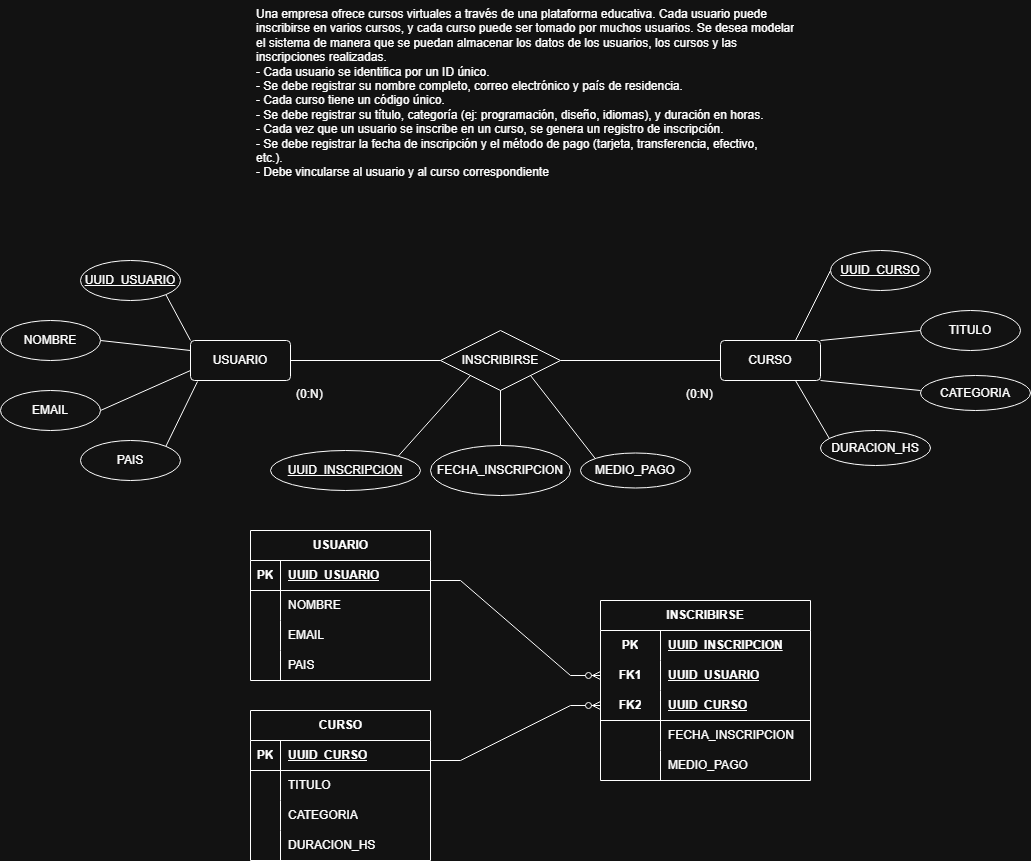
Above: Ej-Python/Mentorias/MER/2. Inscripcion_Cursos.drawio.png in sofiprodanov/Informatorio-Etapa2 (draw.io), before the change. Source tidied: cells renumbered, new cells last; positions are measured from the earlier drawing's top-left corner, leaving out a move shared by most shapes. The source it was exported from:
```xml
<mxGraphModel>
  <root>
    <mxCell id="0" />
    <mxCell id="1" parent="0" />
    <mxCell id="2" value="Una empresa ofrece cursos virtuales a través de una plataforma educativa. Cada usuario puede&lt;br/&gt;inscribirse en varios cursos, y cada curso puede ser tomado por muchos usuarios. Se desea modelar&lt;br/&gt;el sistema de manera que se puedan almacenar los datos de los usuarios, los cursos y las&lt;br/&gt;inscripciones realizadas.&lt;br/&gt;- Cada usuario se identifica por un ID único.&lt;br/&gt;- Se debe registrar su nombre completo, correo electrónico y país de residencia.&lt;br/&gt;- Cada curso tiene un código único.&lt;br/&gt;- Se debe registrar su título, categoría (ej: programación, diseño, idiomas), y duración en horas.&lt;br/&gt;- Cada vez que un usuario se inscribe en un curso, se genera un registro de inscripción.&lt;br/&gt;- Se debe registrar la fecha de inscripción y el método de pago (tarjeta, transferencia, efectivo,&lt;br/&gt;etc.).&lt;br/&gt;- Debe vincularse al usuario y al curso correspondiente" style="text;strokeColor=none;fillColor=none;spacingLeft=4;spacingRight=4;overflow=hidden;fontSize=12;whiteSpace=wrap;html=1;" parent="1" vertex="1">
      <mxGeometry x="250" width="550" height="180" as="geometry" />
    </mxCell>
    <mxCell id="3" style="rounded=0;jettySize=auto;html=1;exitX=1;exitY=0.5;exitDx=0;exitDy=0;entryX=0;entryY=0.5;entryDx=0;entryDy=0;endArrow=none;startFill=0;" parent="1" edge="1" source="4" target="6">
      <mxGeometry relative="1" as="geometry" />
    </mxCell>
    <mxCell id="4" value="USUARIO" style="rounded=1;arcSize=10;whiteSpace=wrap;html=1;align=center;" parent="1" vertex="1">
      <mxGeometry x="190" y="340" width="100" height="40" as="geometry" />
    </mxCell>
    <mxCell id="5" style="rounded=0;jettySize=auto;html=1;exitX=1;exitY=0.5;exitDx=0;exitDy=0;entryX=0;entryY=0.5;entryDx=0;entryDy=0;endArrow=none;startFill=0;" parent="1" edge="1" source="6" target="7">
      <mxGeometry relative="1" as="geometry" />
    </mxCell>
    <mxCell id="6" value="INSCRIBIRSE" style="shape=rhombus;perimeter=rhombusPerimeter;whiteSpace=wrap;html=1;align=center;" parent="1" vertex="1">
      <mxGeometry x="440" y="330" width="120" height="60" as="geometry" />
    </mxCell>
    <mxCell id="7" value="CURSO" style="rounded=1;arcSize=10;whiteSpace=wrap;html=1;align=center;" parent="1" vertex="1">
      <mxGeometry x="720" y="340" width="100" height="40" as="geometry" />
    </mxCell>
    <mxCell id="8" value="(0:N)" style="text;strokeColor=none;fillColor=none;spacingLeft=4;spacingRight=4;overflow=hidden;fontSize=12;whiteSpace=wrap;html=1;" parent="1" vertex="1">
      <mxGeometry x="680" y="380" width="40" height="30" as="geometry" />
    </mxCell>
    <mxCell id="9" value="(0:N)" style="text;strokeColor=none;fillColor=none;spacingLeft=4;spacingRight=4;overflow=hidden;fontSize=12;whiteSpace=wrap;html=1;" parent="1" vertex="1">
      <mxGeometry x="290" y="380" width="40" height="30" as="geometry" />
    </mxCell>
    <mxCell id="10" style="rounded=0;jettySize=auto;html=1;exitX=1;exitY=1;exitDx=0;exitDy=0;entryX=0;entryY=0;entryDx=0;entryDy=0;endArrow=none;startFill=0;" parent="1" edge="1" source="11" target="4">
      <mxGeometry relative="1" as="geometry" />
    </mxCell>
    <mxCell id="11" value="UUID_USUARIO" style="ellipse;whiteSpace=wrap;html=1;align=center;fontStyle=4;" parent="1" vertex="1">
      <mxGeometry x="80" y="260" width="100" height="40" as="geometry" />
    </mxCell>
    <mxCell id="12" style="rounded=0;jettySize=auto;html=1;exitX=0;exitY=0.5;exitDx=0;exitDy=0;entryX=0.75;entryY=0;entryDx=0;entryDy=0;endArrow=none;startFill=0;" parent="1" edge="1" source="13" target="7">
      <mxGeometry relative="1" as="geometry" />
    </mxCell>
    <mxCell id="13" value="UUID_CURSO" style="ellipse;whiteSpace=wrap;html=1;align=center;fontStyle=4;" parent="1" vertex="1">
      <mxGeometry x="830" y="250" width="100" height="40" as="geometry" />
    </mxCell>
    <mxCell id="14" style="rounded=0;jettySize=auto;html=1;exitX=1;exitY=0.5;exitDx=0;exitDy=0;entryX=0;entryY=0.25;entryDx=0;entryDy=0;endArrow=none;startFill=0;" parent="1" edge="1" source="15" target="4">
      <mxGeometry relative="1" as="geometry" />
    </mxCell>
    <mxCell id="15" value="NOMBRE" style="ellipse;whiteSpace=wrap;html=1;align=center;" parent="1" vertex="1">
      <mxGeometry y="320" width="100" height="40" as="geometry" />
    </mxCell>
    <mxCell id="16" style="rounded=0;jettySize=auto;html=1;exitX=1;exitY=0.5;exitDx=0;exitDy=0;entryX=0;entryY=0.75;entryDx=0;entryDy=0;endArrow=none;startFill=0;" parent="1" edge="1" source="17" target="4">
      <mxGeometry relative="1" as="geometry" />
    </mxCell>
    <mxCell id="17" value="EMAIL" style="ellipse;whiteSpace=wrap;html=1;align=center;" parent="1" vertex="1">
      <mxGeometry y="390" width="100" height="40" as="geometry" />
    </mxCell>
    <mxCell id="18" value="PAIS" style="ellipse;whiteSpace=wrap;html=1;align=center;" parent="1" vertex="1">
      <mxGeometry x="80" y="440" width="100" height="40" as="geometry" />
    </mxCell>
    <mxCell id="19" style="rounded=0;jettySize=auto;html=1;exitX=1;exitY=0;exitDx=0;exitDy=0;entryX=0.07;entryY=1.025;entryDx=0;entryDy=0;entryPerimeter=0;endArrow=none;startFill=0;" parent="1" edge="1" source="18" target="4">
      <mxGeometry relative="1" as="geometry" />
    </mxCell>
    <mxCell id="20" style="rounded=0;jettySize=auto;html=1;exitX=0;exitY=0.5;exitDx=0;exitDy=0;entryX=1;entryY=0;entryDx=0;entryDy=0;endArrow=none;startFill=0;" parent="1" edge="1" source="21" target="7">
      <mxGeometry relative="1" as="geometry" />
    </mxCell>
    <mxCell id="21" value="TITULO" style="ellipse;whiteSpace=wrap;html=1;align=center;" parent="1" vertex="1">
      <mxGeometry x="920" y="310" width="100" height="40" as="geometry" />
    </mxCell>
    <mxCell id="22" style="rounded=0;jettySize=auto;html=1;exitX=0;exitY=0.5;exitDx=0;exitDy=0;entryX=1;entryY=1;entryDx=0;entryDy=0;endArrow=none;startFill=0;" parent="1" edge="1" target="7">
      <mxGeometry relative="1" as="geometry">
        <mxPoint x="920" y="390" as="sourcePoint" />
      </mxGeometry>
    </mxCell>
    <mxCell id="23" style="rounded=0;jettySize=auto;html=1;exitX=0;exitY=0.5;exitDx=0;exitDy=0;entryX=0.75;entryY=1;entryDx=0;entryDy=0;endArrow=none;startFill=0;" parent="1" edge="1" target="7">
      <mxGeometry relative="1" as="geometry">
        <mxPoint x="830" y="440" as="sourcePoint" />
      </mxGeometry>
    </mxCell>
    <mxCell id="24" style="rounded=0;jettySize=auto;html=1;exitX=0.5;exitY=0;exitDx=0;exitDy=0;entryX=0.5;entryY=1;entryDx=0;entryDy=0;endArrow=none;startFill=0;" parent="1" edge="1" source="25" target="6">
      <mxGeometry relative="1" as="geometry" />
    </mxCell>
    <mxCell id="25" value="FECHA_INSCRIPCION" style="ellipse;whiteSpace=wrap;html=1;align=center;" parent="1" vertex="1">
      <mxGeometry x="430" y="445" width="140" height="50" as="geometry" />
    </mxCell>
    <mxCell id="26" style="rounded=0;jettySize=auto;html=1;exitX=1;exitY=0;exitDx=0;exitDy=0;entryX=0;entryY=1;entryDx=0;entryDy=0;endArrow=none;startFill=0;" parent="1" edge="1" source="27" target="6">
      <mxGeometry relative="1" as="geometry" />
    </mxCell>
    <mxCell id="27" value="UUID_INSCRIPCION" style="ellipse;whiteSpace=wrap;html=1;align=center;fontStyle=4;" parent="1" vertex="1">
      <mxGeometry x="270" y="450" width="150" height="40" as="geometry" />
    </mxCell>
    <mxCell id="28" style="rounded=0;jettySize=auto;html=1;exitX=0;exitY=0;exitDx=0;exitDy=0;entryX=1;entryY=1;entryDx=0;entryDy=0;endArrow=none;startFill=0;" parent="1" edge="1" source="29" target="6">
      <mxGeometry relative="1" as="geometry" />
    </mxCell>
    <mxCell id="29" value="MEDIO_PAGO" style="ellipse;whiteSpace=wrap;html=1;align=center;" parent="1" vertex="1">
      <mxGeometry x="580" y="452.5" width="110" height="35" as="geometry" />
    </mxCell>
    <mxCell id="30" value="INSCRIBIRSE" style="shape=table;startSize=30;rowLines=0;fontStyle=1;align=center;html=1;whiteSpace=wrap;" parent="1" vertex="1">
      <mxGeometry x="600" y="600" width="210" height="180" as="geometry" />
    </mxCell>
    <mxCell id="31" style="shape=tableRow;horizontal=0;startSize=0;swimlaneHead=0;swimlaneBody=0;fillColor=none;top=0;left=0;right=0;bottom=0;html=1;" parent="30" vertex="1">
      <mxGeometry y="30" width="210" height="30" as="geometry" />
    </mxCell>
    <mxCell id="32" value="PK" style="shape=partialRectangle;fillColor=none;top=0;left=0;bottom=0;right=0;fontStyle=1;overflow=hidden;html=1;whiteSpace=wrap;" parent="31" vertex="1">
      <mxGeometry width="60" height="30" as="geometry" />
    </mxCell>
    <mxCell id="33" value="UUID_INSCRIPCION" style="shape=partialRectangle;fillColor=none;top=0;left=0;bottom=0;right=0;align=left;spacingLeft=6;fontStyle=5;overflow=hidden;html=1;whiteSpace=wrap;" parent="31" vertex="1">
      <mxGeometry x="60" width="150" height="30" as="geometry" />
    </mxCell>
    <mxCell id="34" style="shape=tableRow;horizontal=0;startSize=0;swimlaneHead=0;swimlaneBody=0;fillColor=none;points=[[0,0.5],[1,0.5]];portConstraint=eastwest;top=0;left=0;right=0;bottom=0;html=1;" parent="30" vertex="1">
      <mxGeometry y="60" width="210" height="30" as="geometry" />
    </mxCell>
    <mxCell id="35" value="FK1" style="shape=partialRectangle;fillColor=none;top=0;left=0;bottom=0;right=0;fontStyle=1;overflow=hidden;html=1;whiteSpace=wrap;" parent="34" vertex="1">
      <mxGeometry width="60" height="30" as="geometry" />
    </mxCell>
    <mxCell id="36" value="UUID_USUARIO" style="shape=partialRectangle;fillColor=none;top=0;left=0;bottom=0;right=0;align=left;spacingLeft=6;fontStyle=5;overflow=hidden;html=1;whiteSpace=wrap;" parent="34" vertex="1">
      <mxGeometry x="60" width="150" height="30" as="geometry" />
    </mxCell>
    <mxCell id="37" style="shape=tableRow;horizontal=0;startSize=0;swimlaneHead=0;swimlaneBody=0;fillColor=none;points=[[0,0.5],[1,0.5]];portConstraint=eastwest;top=0;left=0;right=0;bottom=1;html=1;" parent="30" vertex="1">
      <mxGeometry y="90" width="210" height="30" as="geometry" />
    </mxCell>
    <mxCell id="38" value="FK2" style="shape=partialRectangle;fillColor=none;top=0;left=0;bottom=0;right=0;fontStyle=1;overflow=hidden;html=1;whiteSpace=wrap;" parent="37" vertex="1">
      <mxGeometry width="60" height="30" as="geometry" />
    </mxCell>
    <mxCell id="39" value="UUID_CURSO" style="shape=partialRectangle;fillColor=none;top=0;left=0;bottom=0;right=0;align=left;spacingLeft=6;fontStyle=5;overflow=hidden;html=1;whiteSpace=wrap;" parent="37" vertex="1">
      <mxGeometry x="60" width="150" height="30" as="geometry" />
    </mxCell>
    <mxCell id="40" style="shape=tableRow;horizontal=0;startSize=0;swimlaneHead=0;swimlaneBody=0;fillColor=none;top=0;left=0;right=0;bottom=0;html=1;" parent="30" vertex="1">
      <mxGeometry y="120" width="210" height="30" as="geometry" />
    </mxCell>
    <mxCell id="41" style="shape=partialRectangle;fillColor=none;top=0;left=0;bottom=0;right=0;overflow=hidden;html=1;whiteSpace=wrap;" parent="40" vertex="1">
      <mxGeometry width="60" height="30" as="geometry" />
    </mxCell>
    <mxCell id="42" value="FECHA_INSCRIPCION" style="shape=partialRectangle;fillColor=none;top=0;left=0;bottom=0;right=0;align=left;spacingLeft=6;overflow=hidden;html=1;whiteSpace=wrap;" parent="40" vertex="1">
      <mxGeometry x="60" width="150" height="30" as="geometry" />
    </mxCell>
    <mxCell id="43" style="shape=tableRow;horizontal=0;startSize=0;swimlaneHead=0;swimlaneBody=0;fillColor=none;top=0;left=0;right=0;bottom=0;html=1;" parent="30" vertex="1">
      <mxGeometry y="150" width="210" height="30" as="geometry" />
    </mxCell>
    <mxCell id="44" style="shape=partialRectangle;fillColor=none;top=0;left=0;bottom=0;right=0;overflow=hidden;html=1;whiteSpace=wrap;" parent="43" vertex="1">
      <mxGeometry width="60" height="30" as="geometry" />
    </mxCell>
    <mxCell id="45" value="MEDIO_PAGO" style="shape=partialRectangle;fillColor=none;top=0;left=0;bottom=0;right=0;align=left;spacingLeft=6;overflow=hidden;html=1;whiteSpace=wrap;" parent="43" vertex="1">
      <mxGeometry x="60" width="150" height="30" as="geometry" />
    </mxCell>
    <mxCell id="46" value="USUARIO" style="shape=table;startSize=30;rowLines=0;fontStyle=1;align=center;html=1;" parent="1" vertex="1">
      <mxGeometry x="250" y="530" width="180" height="150" as="geometry" />
    </mxCell>
    <mxCell id="47" style="shape=tableRow;horizontal=0;startSize=0;swimlaneHead=0;swimlaneBody=0;fillColor=none;top=0;left=0;right=0;bottom=1;" parent="46" vertex="1">
      <mxGeometry y="30" width="180" height="30" as="geometry" />
    </mxCell>
    <mxCell id="48" value="PK" style="shape=partialRectangle;fillColor=none;top=0;left=0;bottom=0;right=0;fontStyle=1;overflow=hidden;whiteSpace=wrap;html=1;" parent="47" vertex="1">
      <mxGeometry width="30" height="30" as="geometry" />
    </mxCell>
    <mxCell id="49" value="UUID_USUARIO" style="shape=partialRectangle;fillColor=none;top=0;left=0;bottom=0;right=0;align=left;spacingLeft=6;fontStyle=5;overflow=hidden;whiteSpace=wrap;html=1;" parent="47" vertex="1">
      <mxGeometry x="30" width="150" height="30" as="geometry" />
    </mxCell>
    <mxCell id="50" style="shape=tableRow;horizontal=0;startSize=0;swimlaneHead=0;swimlaneBody=0;fillColor=none;top=0;left=0;right=0;bottom=0;" parent="46" vertex="1">
      <mxGeometry y="60" width="180" height="30" as="geometry" />
    </mxCell>
    <mxCell id="51" style="shape=partialRectangle;fillColor=none;top=0;left=0;bottom=0;right=0;overflow=hidden;whiteSpace=wrap;html=1;" parent="50" vertex="1">
      <mxGeometry width="30" height="30" as="geometry" />
    </mxCell>
    <mxCell id="52" value="NOMBRE" style="shape=partialRectangle;fillColor=none;top=0;left=0;bottom=0;right=0;align=left;spacingLeft=6;overflow=hidden;whiteSpace=wrap;html=1;" parent="50" vertex="1">
      <mxGeometry x="30" width="150" height="30" as="geometry" />
    </mxCell>
    <mxCell id="53" style="shape=tableRow;horizontal=0;startSize=0;swimlaneHead=0;swimlaneBody=0;fillColor=none;top=0;left=0;right=0;bottom=0;" parent="46" vertex="1">
      <mxGeometry y="90" width="180" height="30" as="geometry" />
    </mxCell>
    <mxCell id="54" style="shape=partialRectangle;fillColor=none;top=0;left=0;bottom=0;right=0;overflow=hidden;whiteSpace=wrap;html=1;" parent="53" vertex="1">
      <mxGeometry width="30" height="30" as="geometry" />
    </mxCell>
    <mxCell id="55" value="EMAIL" style="shape=partialRectangle;fillColor=none;top=0;left=0;bottom=0;right=0;align=left;spacingLeft=6;overflow=hidden;whiteSpace=wrap;html=1;" parent="53" vertex="1">
      <mxGeometry x="30" width="150" height="30" as="geometry" />
    </mxCell>
    <mxCell id="56" style="shape=tableRow;horizontal=0;startSize=0;swimlaneHead=0;swimlaneBody=0;fillColor=none;top=0;left=0;right=0;bottom=0;" parent="46" vertex="1">
      <mxGeometry y="120" width="180" height="30" as="geometry" />
    </mxCell>
    <mxCell id="57" style="shape=partialRectangle;fillColor=none;top=0;left=0;bottom=0;right=0;overflow=hidden;whiteSpace=wrap;html=1;" parent="56" vertex="1">
      <mxGeometry width="30" height="30" as="geometry" />
    </mxCell>
    <mxCell id="58" value="PAIS" style="shape=partialRectangle;fillColor=none;top=0;left=0;bottom=0;right=0;align=left;spacingLeft=6;overflow=hidden;whiteSpace=wrap;html=1;" parent="56" vertex="1">
      <mxGeometry x="30" width="150" height="30" as="geometry" />
    </mxCell>
    <mxCell id="59" value="CURSO" style="shape=table;startSize=30;rowLines=0;fontStyle=1;align=center;html=1;" parent="1" vertex="1">
      <mxGeometry x="250" y="710" width="180" height="150" as="geometry" />
    </mxCell>
    <mxCell id="60" style="shape=tableRow;horizontal=0;startSize=0;swimlaneHead=0;swimlaneBody=0;fillColor=none;top=0;left=0;right=0;bottom=1;" parent="59" vertex="1">
      <mxGeometry y="30" width="180" height="30" as="geometry" />
    </mxCell>
    <mxCell id="61" value="PK" style="shape=partialRectangle;fillColor=none;top=0;left=0;bottom=0;right=0;fontStyle=1;overflow=hidden;whiteSpace=wrap;html=1;" parent="60" vertex="1">
      <mxGeometry width="30" height="30" as="geometry" />
    </mxCell>
    <mxCell id="62" value="UUID_CURSO" style="shape=partialRectangle;fillColor=none;top=0;left=0;bottom=0;right=0;align=left;spacingLeft=6;fontStyle=5;overflow=hidden;whiteSpace=wrap;html=1;" parent="60" vertex="1">
      <mxGeometry x="30" width="150" height="30" as="geometry" />
    </mxCell>
    <mxCell id="63" style="shape=tableRow;horizontal=0;startSize=0;swimlaneHead=0;swimlaneBody=0;fillColor=none;top=0;left=0;right=0;bottom=0;" parent="59" vertex="1">
      <mxGeometry y="60" width="180" height="30" as="geometry" />
    </mxCell>
    <mxCell id="64" style="shape=partialRectangle;fillColor=none;top=0;left=0;bottom=0;right=0;overflow=hidden;whiteSpace=wrap;html=1;" parent="63" vertex="1">
      <mxGeometry width="30" height="30" as="geometry" />
    </mxCell>
    <mxCell id="65" value="TITULO" style="shape=partialRectangle;fillColor=none;top=0;left=0;bottom=0;right=0;align=left;spacingLeft=6;overflow=hidden;whiteSpace=wrap;html=1;" parent="63" vertex="1">
      <mxGeometry x="30" width="150" height="30" as="geometry" />
    </mxCell>
    <mxCell id="66" style="shape=tableRow;horizontal=0;startSize=0;swimlaneHead=0;swimlaneBody=0;fillColor=none;top=0;left=0;right=0;bottom=0;" parent="59" vertex="1">
      <mxGeometry y="90" width="180" height="30" as="geometry" />
    </mxCell>
    <mxCell id="67" style="shape=partialRectangle;fillColor=none;top=0;left=0;bottom=0;right=0;overflow=hidden;whiteSpace=wrap;html=1;" parent="66" vertex="1">
      <mxGeometry width="30" height="30" as="geometry" />
    </mxCell>
    <mxCell id="68" value="CATEGORIA" style="shape=partialRectangle;fillColor=none;top=0;left=0;bottom=0;right=0;align=left;spacingLeft=6;overflow=hidden;whiteSpace=wrap;html=1;" parent="66" vertex="1">
      <mxGeometry x="30" width="150" height="30" as="geometry" />
    </mxCell>
    <mxCell id="69" style="shape=tableRow;horizontal=0;startSize=0;swimlaneHead=0;swimlaneBody=0;fillColor=none;top=0;left=0;right=0;bottom=0;" parent="59" vertex="1">
      <mxGeometry y="120" width="180" height="30" as="geometry" />
    </mxCell>
    <mxCell id="70" style="shape=partialRectangle;fillColor=none;top=0;left=0;bottom=0;right=0;overflow=hidden;whiteSpace=wrap;html=1;" parent="69" vertex="1">
      <mxGeometry width="30" height="30" as="geometry" />
    </mxCell>
    <mxCell id="71" value="DURACION_HS" style="shape=partialRectangle;fillColor=none;top=0;left=0;bottom=0;right=0;align=left;spacingLeft=6;overflow=hidden;whiteSpace=wrap;html=1;" parent="69" vertex="1">
      <mxGeometry x="30" width="150" height="30" as="geometry" />
    </mxCell>
    <mxCell id="72" value="DURACION_HS" style="ellipse;whiteSpace=wrap;html=1;align=center;" parent="1" vertex="1">
      <mxGeometry x="820" y="430" width="110" height="35" as="geometry" />
    </mxCell>
    <mxCell id="73" value="CATEGORIA" style="ellipse;whiteSpace=wrap;html=1;align=center;" parent="1" vertex="1">
      <mxGeometry x="920" y="375" width="110" height="35" as="geometry" />
    </mxCell>
    <mxCell id="74" style="edgeStyle=entityRelationEdgeStyle;fontSize=12;html=1;endArrow=ERzeroToMany;endFill=1;rounded=0;entryX=0;entryY=0.5;entryDx=0;entryDy=0;" parent="1" edge="1" target="34">
      <mxGeometry relative="1" as="geometry">
        <mxPoint x="430" y="580" as="sourcePoint" />
      </mxGeometry>
    </mxCell>
    <mxCell id="75" style="edgeStyle=entityRelationEdgeStyle;fontSize=12;html=1;endArrow=ERzeroToMany;endFill=1;rounded=0;entryX=0;entryY=0.5;entryDx=0;entryDy=0;" parent="1" edge="1" target="37">
      <mxGeometry relative="1" as="geometry">
        <mxPoint x="430" y="760" as="sourcePoint" />
      </mxGeometry>
    </mxCell>
  </root>
</mxGraphModel>
```
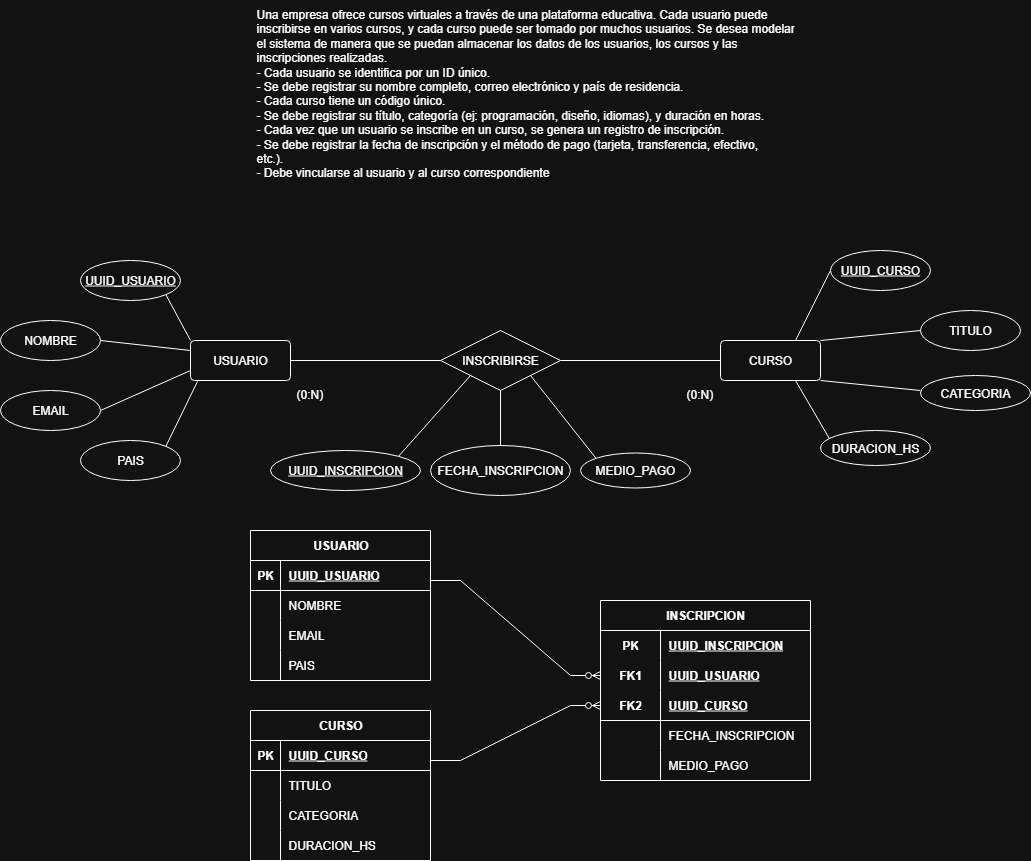
After the commit.

Change to the diagram source:
```diff
@@ -90,7 +90,7 @@
     <mxCell id="29" value="MEDIO_PAGO" style="ellipse;whiteSpace=wrap;html=1;align=center;" parent="1" vertex="1">
       <mxGeometry x="580" y="452.5" width="110" height="35" as="geometry" />
     </mxCell>
-    <mxCell id="30" value="INSCRIBIRSE" style="shape=table;startSize=30;rowLines=0;fontStyle=1;align=center;html=1;whiteSpace=wrap;" parent="1" vertex="1">
+    <mxCell id="30" value="INSCRIPCION" style="shape=table;startSize=30;rowLines=0;fontStyle=1;align=center;html=1;whiteSpace=wrap;" parent="1" vertex="1">
       <mxGeometry x="600" y="600" width="210" height="180" as="geometry" />
     </mxCell>
     <mxCell id="31" style="shape=tableRow;horizontal=0;startSize=0;swimlaneHead=0;swimlaneBody=0;fillColor=none;top=0;left=0;right=0;bottom=0;html=1;" parent="30" vertex="1">
```
